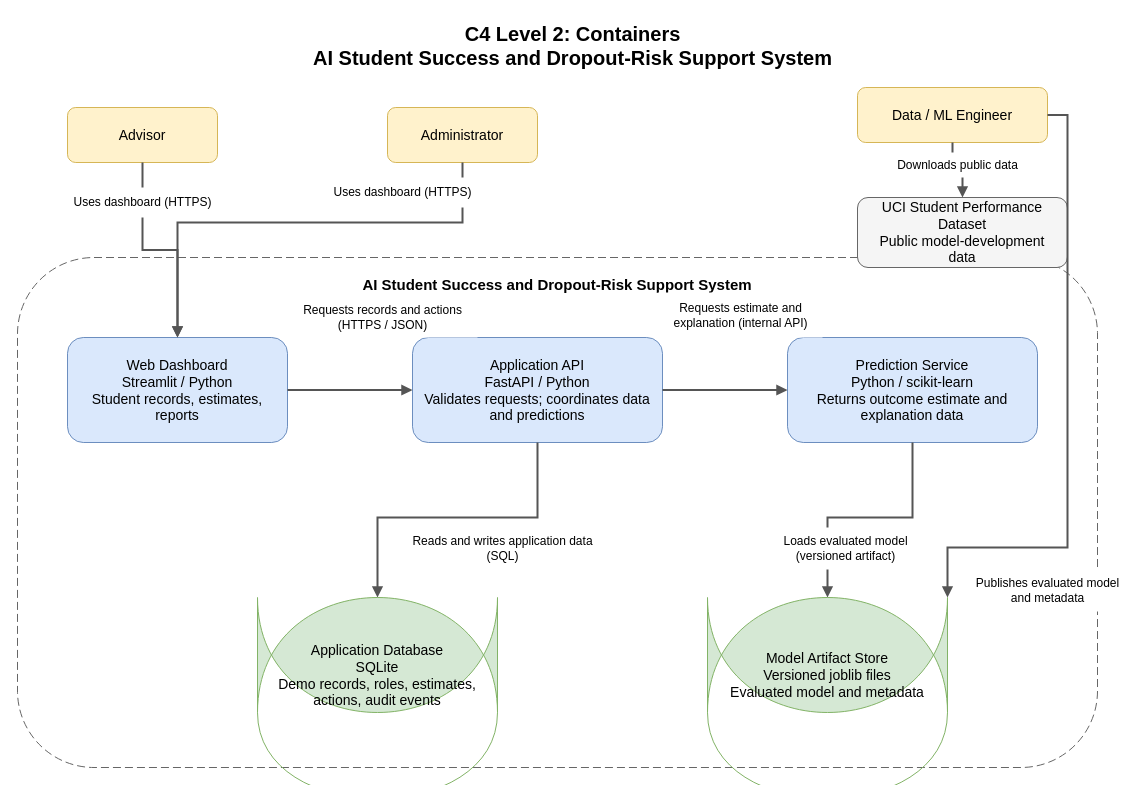
zeinalmajaly/SE-GP02 keeps this draw.io diagram as uml/c4_container.drawio. Above is the earlier version. Source tidied: cells renumbered, new cells numbered last; positions are measured from the earlier drawing's top-left corner, leaving out a move shared by most shapes. Both pictures are drawn from the tidied source at 100%, with x=0, y=0 at pixel (17, 17).
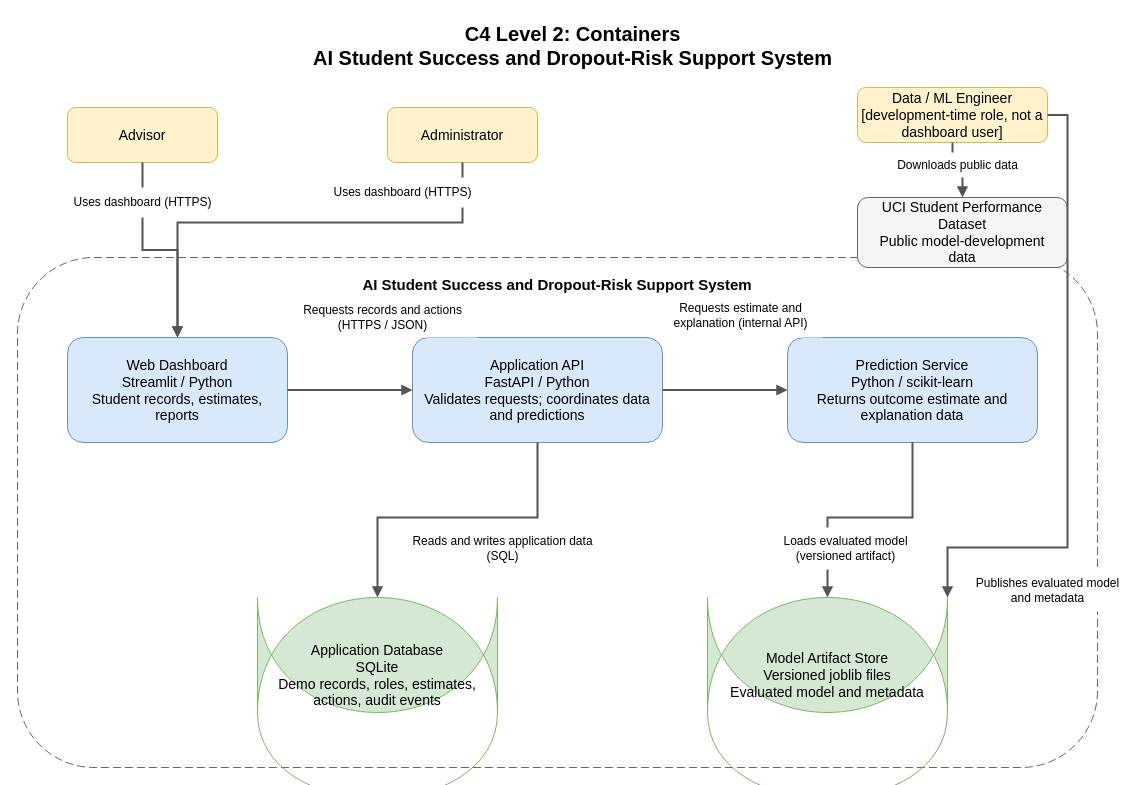
The same page after the edit.

Commit message (it also covers changes not shown here):
Wrote the project description, Updated README file, added rendered images for the c4 diagram

The edit, as a diff of the source:
```diff
@@
-    <mxCell id="5" value="Data / ML Engineer" style="rounded=1;whiteSpace=wrap;html=1;fillColor=#fff2cc;strokeColor=#d6b656;fontSize=14;" parent="1" vertex="1">
+    <mxCell id="5" value="Data / ML Engineer&lt;div&gt;[development-time role, not a dashboard user]&lt;/div&gt;" style="rounded=1;whiteSpace=wrap;html=1;fillColor=#fff2cc;strokeColor=#d6b656;fontSize=14;" parent="1" vertex="1">
       <mxGeometry x="840" y="70" width="190" height="55" as="geometry" />
     </mxCell>
```
